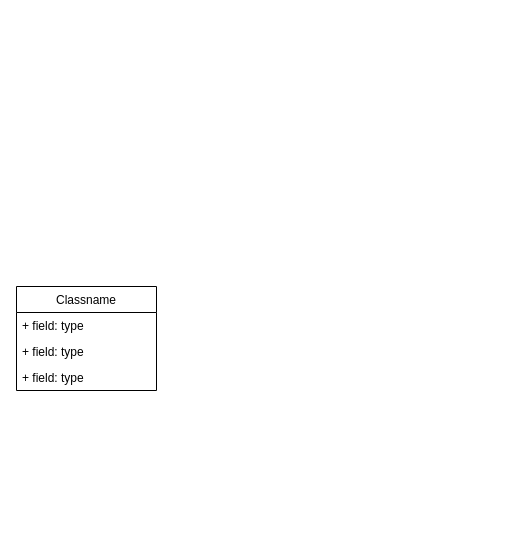
The draw.io diagram ProjetoLegado-Controle de Marcas e Sinais/marcas-sinais-uml.drawio in RogerioTostes/TCC, before the edit. Source tidied: cells renumbered, new cells numbered last; positions are measured from the earlier drawing's top-left corner, leaving out a move shared by most shapes. Both pictures are drawn from the tidied source at 100%, with x=0, y=0 at pixel (16, 286).
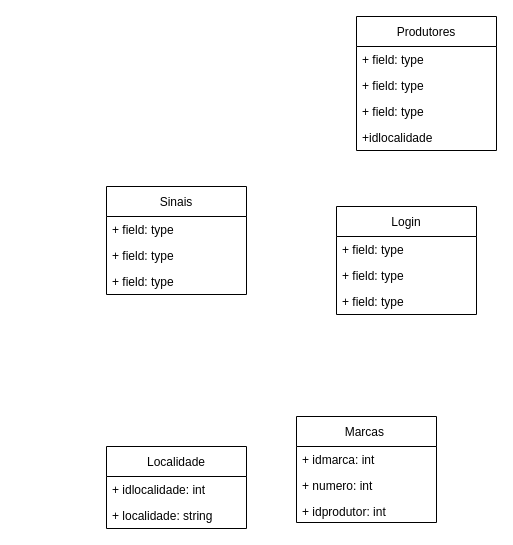
The same diagram, later.

What changed in the source:
```diff
@@
-    <mxCell id="2" value="Classname" style="swimlane;fontStyle=0;horizontal=1;startSize=26;fillColor=none;" parent="1" vertex="1">
-      <mxGeometry width="140" height="104" as="geometry" />
-    </mxCell>
-    <mxCell id="3" value="+ field: type" style="text;strokeColor=none;fillColor=none;align=left;verticalAlign=top;spacingLeft=4;spacingRight=4;overflow=hidden;" parent="2" vertex="1">
-      <mxGeometry y="26" width="140" height="26" as="geometry" />
-    </mxCell>
-    <mxCell id="4" value="+ field: type" style="text;strokeColor=none;fillColor=none;align=left;verticalAlign=top;spacingLeft=4;spacingRight=4;overflow=hidden;" parent="2" vertex="1">
-      <mxGeometry y="52" width="140" height="26" as="geometry" />
-    </mxCell>
-    <mxCell id="5" value="+ field: type" style="text;strokeColor=none;fillColor=none;align=left;verticalAlign=top;spacingLeft=4;spacingRight=4;overflow=hidden;" parent="2" vertex="1">
-      <mxGeometry y="78" width="140" height="26" as="geometry" />
-    </mxCell>
+    <mxCell id="6" value="Sinais" style="swimlane;fontStyle=0;horizontal=1;startSize=30;fillColor=none;" parent="1" vertex="1">
+      <mxGeometry x="90" y="-100" width="140" height="108" as="geometry" />
+    </mxCell>
+    <mxCell id="7" value="+ field: type" style="text;strokeColor=none;fillColor=none;align=left;verticalAlign=top;spacingLeft=4;spacingRight=4;overflow=hidden;" parent="6" vertex="1">
+      <mxGeometry y="30" width="140" height="26" as="geometry" />
+    </mxCell>
+    <mxCell id="8" value="+ field: type" style="text;strokeColor=none;fillColor=none;align=left;verticalAlign=top;spacingLeft=4;spacingRight=4;overflow=hidden;" parent="6" vertex="1">
+      <mxGeometry y="56" width="140" height="26" as="geometry" />
+    </mxCell>
+    <mxCell id="9" value="+ field: type" style="text;strokeColor=none;fillColor=none;align=left;verticalAlign=top;spacingLeft=4;spacingRight=4;overflow=hidden;" parent="6" vertex="1">
+      <mxGeometry y="82" width="140" height="26" as="geometry" />
+    </mxCell>
+    <mxCell id="10" value="Marcas " style="swimlane;fontStyle=0;horizontal=1;startSize=30;fillColor=none;" parent="1" vertex="1">
+      <mxGeometry x="280" y="130" width="140" height="106" as="geometry" />
+    </mxCell>
+    <mxCell id="11" value="+ idmarca: int" style="text;strokeColor=none;fillColor=none;align=left;verticalAlign=top;spacingLeft=4;spacingRight=4;overflow=hidden;" parent="10" vertex="1">
+      <mxGeometry y="30" width="140" height="26" as="geometry" />
+    </mxCell>
+    <mxCell id="12" value="+ numero: int" style="text;strokeColor=none;fillColor=none;align=left;verticalAlign=top;spacingLeft=4;spacingRight=4;overflow=hidden;" parent="10" vertex="1">
+      <mxGeometry y="56" width="140" height="26" as="geometry" />
+    </mxCell>
+    <mxCell id="13" value="+ idprodutor: int&#10;" style="text;strokeColor=none;fillColor=none;align=left;verticalAlign=top;spacingLeft=4;spacingRight=4;overflow=hidden;" parent="10" vertex="1">
+      <mxGeometry y="82" width="140" height="24" as="geometry" />
+    </mxCell>
+    <mxCell id="14" value="Produtores" style="swimlane;fontStyle=0;horizontal=1;startSize=30;fillColor=none;" parent="1" vertex="1">
+      <mxGeometry x="340" y="-270" width="140" height="134" as="geometry" />
+    </mxCell>
+    <mxCell id="15" value="+ field: type" style="text;strokeColor=none;fillColor=none;align=left;verticalAlign=top;spacingLeft=4;spacingRight=4;overflow=hidden;" parent="14" vertex="1">
+      <mxGeometry y="30" width="140" height="26" as="geometry" />
+    </mxCell>
+    <mxCell id="16" value="+ field: type" style="text;strokeColor=none;fillColor=none;align=left;verticalAlign=top;spacingLeft=4;spacingRight=4;overflow=hidden;" parent="14" vertex="1">
+      <mxGeometry y="56" width="140" height="26" as="geometry" />
+    </mxCell>
+    <mxCell id="17" value="+ field: type" style="text;strokeColor=none;fillColor=none;align=left;verticalAlign=top;spacingLeft=4;spacingRight=4;overflow=hidden;" parent="14" vertex="1">
+      <mxGeometry y="82" width="140" height="26" as="geometry" />
+    </mxCell>
+    <mxCell id="18" value="+idlocalidade" style="text;strokeColor=none;fillColor=none;align=left;verticalAlign=top;spacingLeft=4;spacingRight=4;overflow=hidden;" parent="14" vertex="1">
+      <mxGeometry y="108" width="140" height="26" as="geometry" />
+    </mxCell>
+    <mxCell id="19" value="Login" style="swimlane;fontStyle=0;horizontal=1;startSize=30;fillColor=none;" parent="1" vertex="1">
+      <mxGeometry x="320" y="-80" width="140" height="108" as="geometry" />
+    </mxCell>
+    <mxCell id="20" value="+ field: type" style="text;strokeColor=none;fillColor=none;align=left;verticalAlign=top;spacingLeft=4;spacingRight=4;overflow=hidden;" parent="19" vertex="1">
+      <mxGeometry y="30" width="140" height="26" as="geometry" />
+    </mxCell>
+    <mxCell id="21" value="+ field: type" style="text;strokeColor=none;fillColor=none;align=left;verticalAlign=top;spacingLeft=4;spacingRight=4;overflow=hidden;" parent="19" vertex="1">
+      <mxGeometry y="56" width="140" height="26" as="geometry" />
+    </mxCell>
+    <mxCell id="22" value="+ field: type" style="text;strokeColor=none;fillColor=none;align=left;verticalAlign=top;spacingLeft=4;spacingRight=4;overflow=hidden;" parent="19" vertex="1">
+      <mxGeometry y="82" width="140" height="26" as="geometry" />
+    </mxCell>
+    <mxCell id="23" value="Localidade" style="swimlane;fontStyle=0;horizontal=1;startSize=30;fillColor=none;" parent="1" vertex="1">
+      <mxGeometry x="90" y="160" width="140" height="82" as="geometry" />
+    </mxCell>
+    <mxCell id="24" value="+ idlocalidade: int" style="text;strokeColor=none;fillColor=none;align=left;verticalAlign=top;spacingLeft=4;spacingRight=4;overflow=hidden;" parent="23" vertex="1">
+      <mxGeometry y="30" width="140" height="26" as="geometry" />
+    </mxCell>
+    <mxCell id="25" value="+ localidade: string" style="text;strokeColor=none;fillColor=none;align=left;verticalAlign=top;spacingLeft=4;spacingRight=4;overflow=hidden;" parent="23" vertex="1">
+      <mxGeometry y="56" width="140" height="26" as="geometry" />
+    </mxCell>
```
